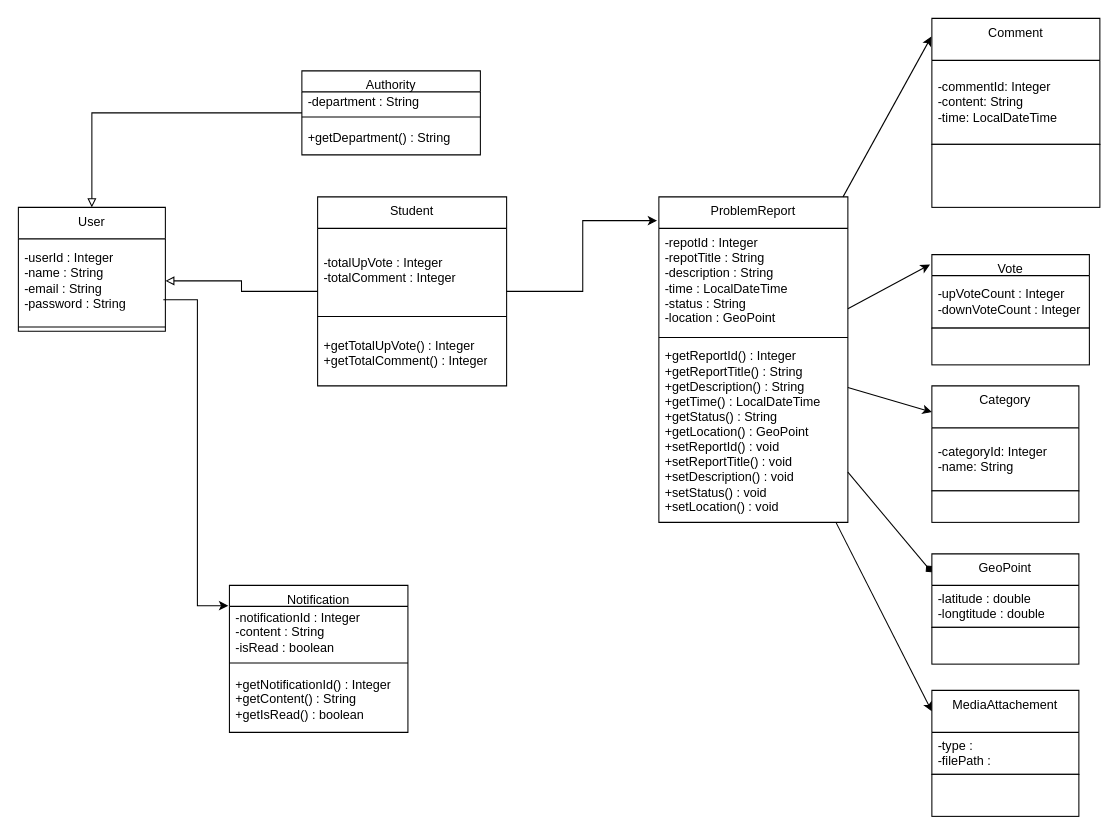
This is Untitled Diagram.drawio from hayatikocur/Student-Communication-and-Reporting-Network, a draw.io file, before an edit. Source tidied: cells renumbered, new cells numbered last; positions are measured from the earlier drawing's top-left corner, leaving out a move shared by most shapes. Both pictures are drawn from the tidied source at 105%, with x=0, y=0 at pixel (18, 18).
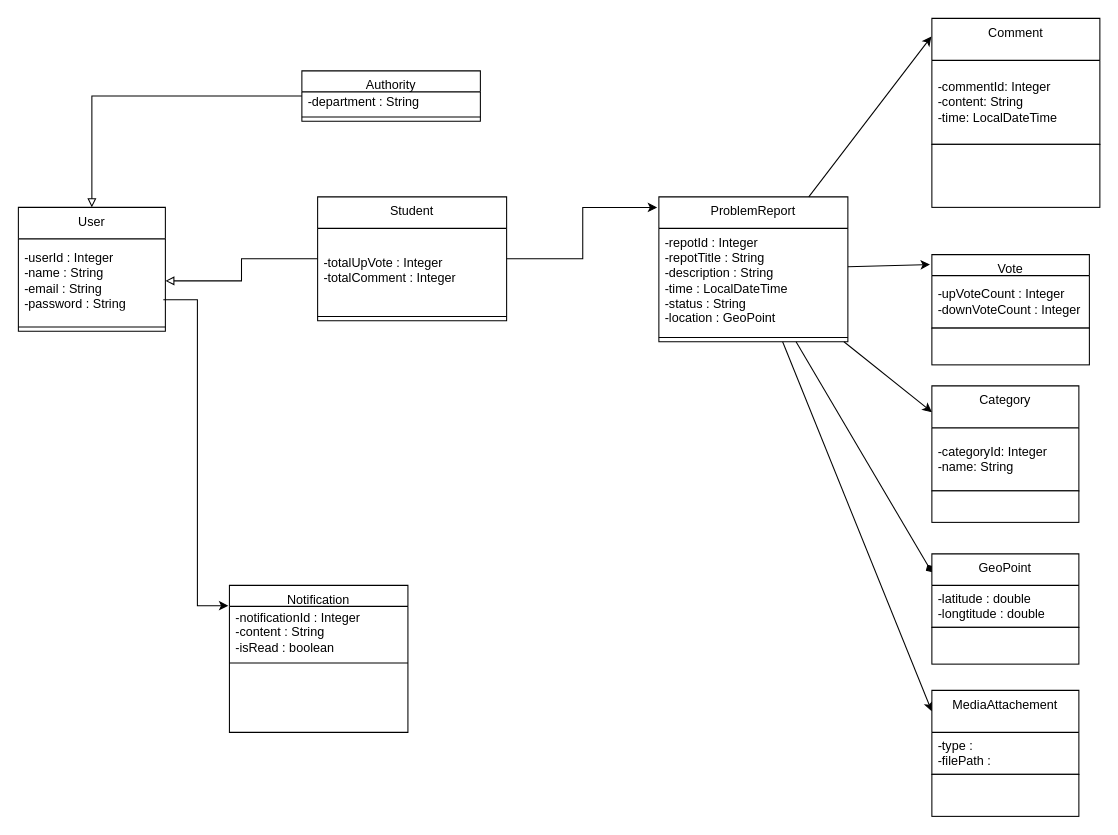
The same diagram, later.

The change refers to these unchanged cells:
```xml
<mxCell id="15" value="Notification" style="swimlane;fontStyle=0;align=center;verticalAlign=top;horizontal=1;startSize=20;html=1;whiteSpace=wrap;" parent="1" vertex="1">
  <mxGeometry x="201" y="540" width="170" height="140" as="geometry" />
</mxCell>
```

Change to the diagram source:
```diff
@@
     <mxCell id="6" value="Authority" style="swimlane;fontStyle=0;align=center;verticalAlign=top;horizontal=1;startSize=20;html=1;whiteSpace=wrap;" parent="1" vertex="1">
-      <mxGeometry x="270" y="50" width="170" height="80" as="geometry" />
+      <mxGeometry x="270" y="50" width="170" height="48" as="geometry" />
     </mxCell>
@@
-    <mxCell id="9" value="+getDepartment() : String" style="text;html=1;strokeColor=none;fillColor=none;align=left;verticalAlign=middle;spacingLeft=4;spacingRight=4;overflow=hidden;whiteSpace=wrap;" parent="6" vertex="1">
-      <mxGeometry y="48" width="170" height="32" as="geometry" />
-    </mxCell>
     <mxCell id="10" value="Student" style="swimlane;fontStyle=0;align=center;verticalAlign=top;horizontal=1;startSize=30;html=1;whiteSpace=wrap;" parent="1" vertex="1">
-      <mxGeometry x="285" y="170" width="180" height="180" as="geometry" />
+      <mxGeometry x="285" y="170" width="180" height="118" as="geometry" />
     </mxCell>
@@
-    <mxCell id="13" value="+getTotalUpVote() : Integer&lt;div&gt;+getTotalComment() : Integer&lt;/div&gt;" style="text;html=1;strokeColor=none;fillColor=none;align=left;verticalAlign=middle;spacingLeft=4;spacingRight=4;overflow=hidden;whiteSpace=wrap;" parent="10" vertex="1">
-      <mxGeometry y="118" width="180" height="62" as="geometry" />
-    </mxCell>
@@
-    <mxCell id="18" value="+getNotificationId() : Integer&lt;div&gt;+getContent() : String&lt;br&gt;&lt;/div&gt;&lt;div&gt;+getIsRead() : boolean&lt;br&gt;&lt;/div&gt;" style="text;html=1;strokeColor=none;fillColor=none;align=left;verticalAlign=middle;spacingLeft=4;spacingRight=4;overflow=hidden;whiteSpace=wrap;" parent="15" vertex="1">
+    <mxCell id="18" value="&lt;div&gt;&lt;br&gt;&lt;/div&gt;" style="text;html=1;strokeColor=none;fillColor=none;align=left;verticalAlign=middle;spacingLeft=4;spacingRight=4;overflow=hidden;whiteSpace=wrap;" parent="15" vertex="1">
       <mxGeometry y="78" width="170" height="62" as="geometry" />
     </mxCell>
@@
     <mxCell id="23" value="ProblemReport" style="swimlane;fontStyle=0;align=center;verticalAlign=top;horizontal=1;startSize=30;html=1;whiteSpace=wrap;" parent="1" vertex="1">
-      <mxGeometry x="610" y="170" width="180" height="310" as="geometry" />
+      <mxGeometry x="610" y="170" width="180" height="138" as="geometry" />
     </mxCell>
@@
-    <mxCell id="26" value="&lt;div&gt;+getReportId() : Integer&lt;/div&gt;&lt;div&gt;+getReportTitle() : String&lt;/div&gt;&lt;div&gt;+getDescription() : String&lt;/div&gt;&lt;div&gt;+getTime() : LocalDateTime&lt;/div&gt;&lt;div&gt;+getStatus() : String&lt;/div&gt;&lt;div&gt;+getLocation() : GeoPoint&lt;/div&gt;&lt;div&gt;+setReportId() : void&lt;/div&gt;&lt;div&gt;+setReportTitle() : void&lt;/div&gt;&lt;div&gt;+setDescription() : void&lt;/div&gt;&lt;div&gt;+setStatus() : void&lt;/div&gt;&lt;div&gt;+setLocation() : void&lt;/div&gt;" style="text;html=1;strokeColor=none;fillColor=none;align=left;verticalAlign=middle;spacingLeft=4;spacingRight=4;overflow=hidden;whiteSpace=wrap;" parent="23" vertex="1">
-      <mxGeometry y="138" width="180" height="172" as="geometry" />
-    </mxCell>
```
